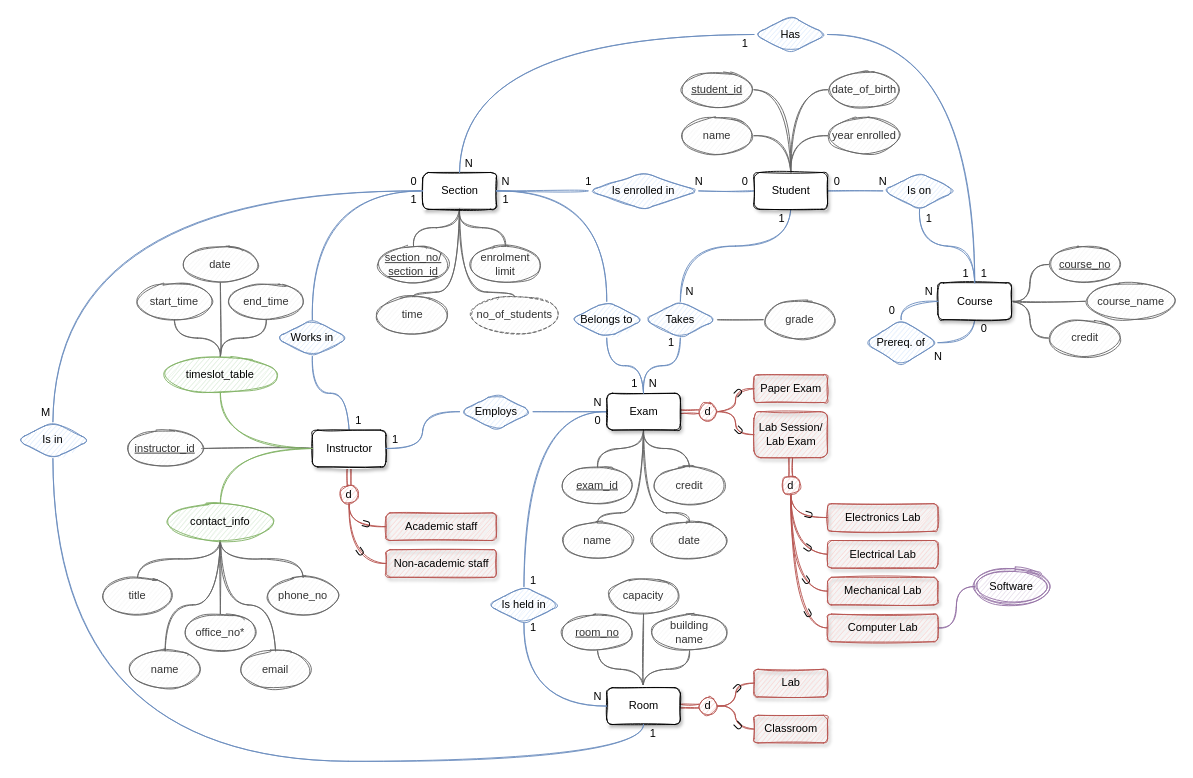
This is page "Problem 1" (1 of 5) of Assignment/Data Management Assignment Drawings.drawio from JordanWelsman/BU_DataManagement, a draw.io file, before an edit. Source tidied: cells renumbered, new cells numbered last; positions are measured from the earlier drawing's top-left corner, leaving out a move shared by most shapes. Both pictures are drawn from the tidied source at 92%, with x=0, y=0 at pixel (16, 16).
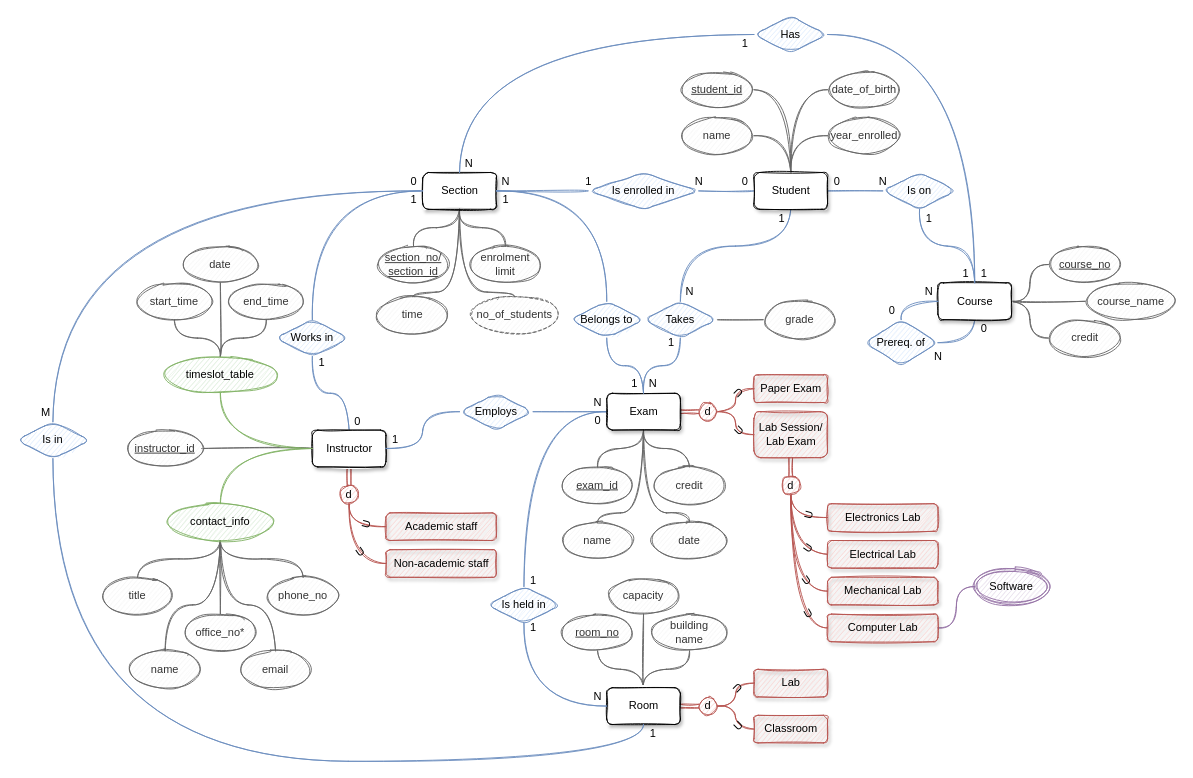
The same page after the edit.

The edit, as a diff of the source:
```diff
@@
-    <mxCell id="93" value="year enrolled" style="ellipse;whiteSpace=wrap;html=1;align=center;rounded=1;shadow=0;glass=0;fillColor=#f5f5f5;fontColor=#333333;strokeColor=#666666;sketch=1;" parent="1" vertex="1">
+    <mxCell id="93" value="year_enrolled" style="ellipse;whiteSpace=wrap;html=1;align=center;rounded=1;shadow=0;glass=0;fillColor=#f5f5f5;fontColor=#333333;strokeColor=#666666;sketch=1;" parent="1" vertex="1">
       <mxGeometry x="882" y="110" width="80" height="40" as="geometry" />
     </mxCell>
@@
     <mxCell id="129" value="1" style="text;html=1;align=center;verticalAlign=middle;strokeColor=none;fillColor=none;sketch=1;" parent="1" vertex="1">
-      <mxGeometry x="362" y="430" width="20" height="20" as="geometry" />
+      <mxGeometry x="322" y="367" width="20" height="20" as="geometry" />
     </mxCell>
@@
+    <mxCell id="170" value="0" style="text;html=1;align=center;verticalAlign=middle;strokeColor=none;fillColor=none;" parent="1" vertex="1">
+      <mxGeometry x="362" y="432" width="17" height="18" as="geometry" />
+    </mxCell>
```
